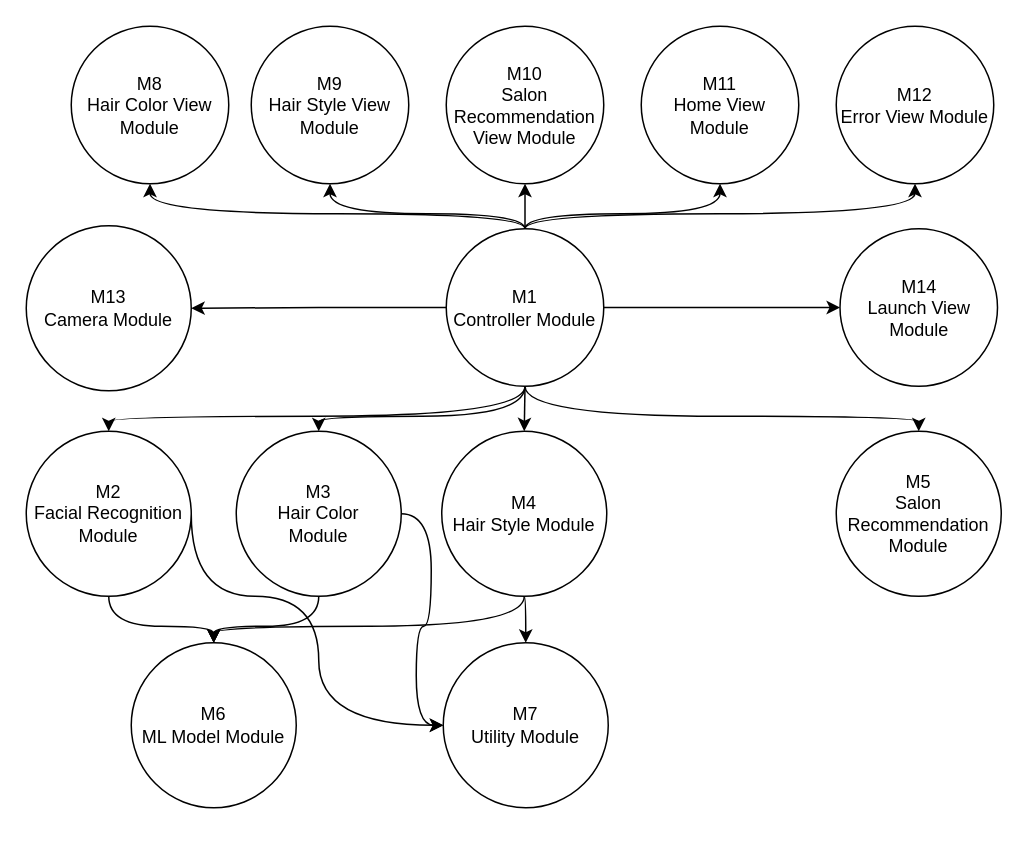
Above: docs/Design/SystDesign/component_diagram.drawio in marlon4dashen/Hairesthetics (draw.io), before the change. Source tidied: cells renumbered, new cells numbered last; positions are measured from the earlier drawing's top-left corner, leaving out a move shared by most shapes. Both pictures are drawn from the tidied source at 150%, with x=0, y=0 at pixel (26, 26).
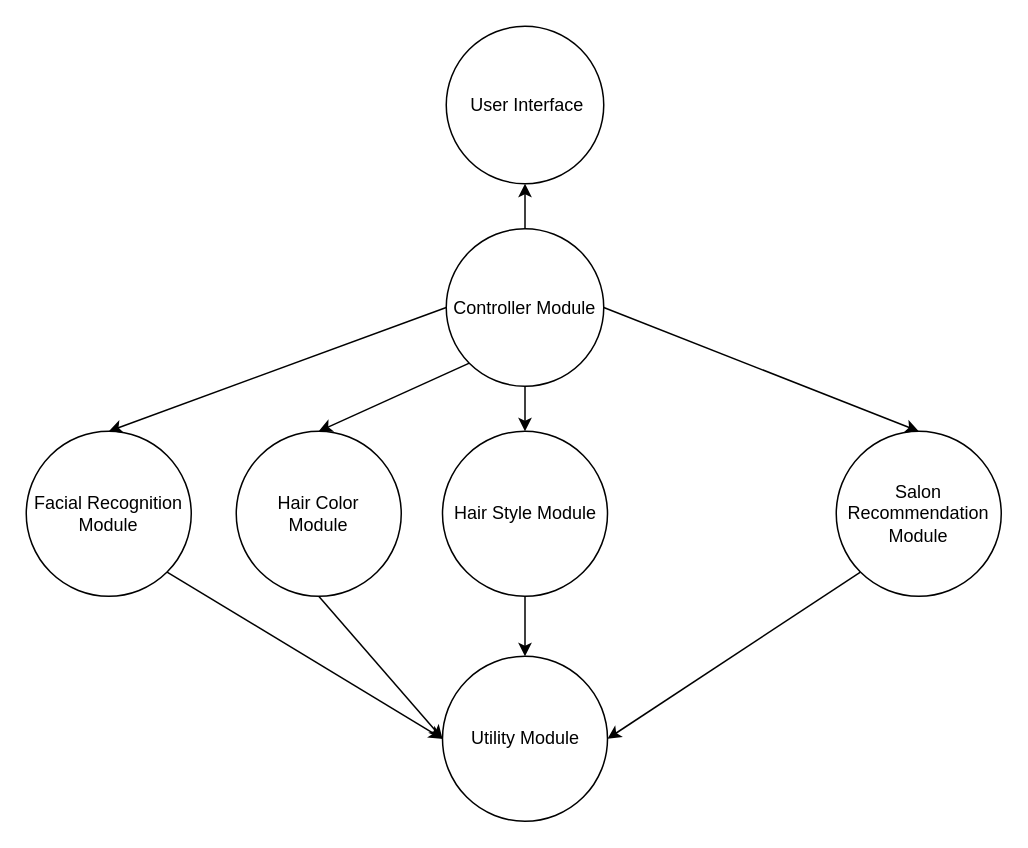
The same page after the edit.

Change to the diagram source:
```diff
@@
+    <mxCell id="33" value="&amp;nbsp;User Interface" style="ellipse;whiteSpace=wrap;html=1;" parent="1" vertex="1">
+      <mxGeometry x="280" width="105" height="105" as="geometry" />
+    </mxCell>
+    <mxCell id="34" style="edgeStyle=none;rounded=0;jettySize=auto;html=1;exitX=0;exitY=1;exitDx=0;exitDy=0;entryX=1;entryY=0.5;entryDx=0;entryDy=0;" parent="1" edge="1" source="2" target="24">
+      <mxGeometry relative="1" as="geometry" />
+    </mxCell>
-    <mxCell id="2" value="M5&lt;br&gt;Salon Recommendation Module" style="ellipse;whiteSpace=wrap;html=1;" parent="1" vertex="1">
+    <mxCell id="2" value="Salon Recommendation Module" style="ellipse;whiteSpace=wrap;html=1;" parent="1" vertex="1">
       <mxGeometry x="540" y="270" width="110" height="110" as="geometry" />
     </mxCell>
-    <mxCell id="3" style="edgeStyle=orthogonalEdgeStyle;rounded=0;jettySize=auto;html=1;exitX=0.5;exitY=1;exitDx=0;exitDy=0;entryX=0.5;entryY=0;entryDx=0;entryDy=0;curved=1;" parent="1" edge="1" source="5" target="30">
-      <mxGeometry relative="1" as="geometry" />
-    </mxCell>
-    <mxCell id="4" style="edgeStyle=orthogonalEdgeStyle;curved=1;rounded=0;jettySize=auto;html=1;exitX=1;exitY=0.5;exitDx=0;exitDy=0;entryX=0;entryY=0.5;entryDx=0;entryDy=0;" parent="1" edge="1" source="5" target="24">
-      <mxGeometry relative="1" as="geometry">
-        <Array as="points">
-          <mxPoint x="110" y="380" />
-          <mxPoint x="195" y="380" />
-          <mxPoint x="195" y="466" />
-        </Array>
-      </mxGeometry>
+    <mxCell id="4" style="edgeStyle=none;rounded=0;jettySize=auto;html=1;exitX=1;exitY=1;exitDx=0;exitDy=0;entryX=0;entryY=0.5;entryDx=0;entryDy=0;" parent="1" edge="1" source="5" target="24">
+      <mxGeometry relative="1" as="geometry" />
     </mxCell>
-    <mxCell id="5" value="M2&lt;br&gt;Facial Recognition Module" style="ellipse;whiteSpace=wrap;html=1;" parent="1" vertex="1">
+    <mxCell id="5" value="Facial Recognition Module" style="ellipse;whiteSpace=wrap;html=1;" parent="1" vertex="1">
       <mxGeometry y="270" width="110" height="110" as="geometry" />
     </mxCell>
-    <mxCell id="6" style="edgeStyle=orthogonalEdgeStyle;curved=1;rounded=0;jettySize=auto;html=1;exitX=0.5;exitY=1;exitDx=0;exitDy=0;entryX=0.5;entryY=0;entryDx=0;entryDy=0;" parent="1" edge="1" source="8" target="30">
-      <mxGeometry relative="1" as="geometry" />
-    </mxCell>
-    <mxCell id="7" style="edgeStyle=orthogonalEdgeStyle;curved=1;rounded=0;jettySize=auto;html=1;exitX=1;exitY=0.5;exitDx=0;exitDy=0;entryX=0;entryY=0.5;entryDx=0;entryDy=0;" parent="1" edge="1" source="8" target="24">
-      <mxGeometry relative="1" as="geometry">
-        <Array as="points">
-          <mxPoint x="270" y="325" />
-          <mxPoint x="270" y="400" />
-          <mxPoint x="260" y="400" />
-          <mxPoint x="260" y="466" />
-        </Array>
-      </mxGeometry>
+    <mxCell id="7" style="edgeStyle=none;rounded=0;jettySize=auto;html=1;exitX=0.5;exitY=1;exitDx=0;exitDy=0;entryX=0;entryY=0.5;entryDx=0;entryDy=0;" parent="1" edge="1" source="8" target="24">
+      <mxGeometry relative="1" as="geometry" />
     </mxCell>
-    <mxCell id="8" value="M3&lt;br&gt;Hair Color&lt;br&gt;Module" style="ellipse;whiteSpace=wrap;html=1;" parent="1" vertex="1">
+    <mxCell id="8" value="Hair Color&lt;br&gt;Module" style="ellipse;whiteSpace=wrap;html=1;" parent="1" vertex="1">
       <mxGeometry x="140" y="270" width="110" height="110" as="geometry" />
     </mxCell>
-    <mxCell id="9" style="edgeStyle=orthogonalEdgeStyle;curved=1;rounded=0;jettySize=auto;html=1;exitX=0.5;exitY=1;exitDx=0;exitDy=0;entryX=0.5;entryY=0;entryDx=0;entryDy=0;" parent="1" edge="1" source="11" target="30">
-      <mxGeometry relative="1" as="geometry">
-        <Array as="points">
-          <mxPoint x="332" y="400" />
-          <mxPoint x="125" y="400" />
-        </Array>
-      </mxGeometry>
-    </mxCell>
-    <mxCell id="10" style="edgeStyle=orthogonalEdgeStyle;curved=1;rounded=0;jettySize=auto;html=1;exitX=0.5;exitY=1;exitDx=0;exitDy=0;entryX=0.5;entryY=0;entryDx=0;entryDy=0;" parent="1" edge="1" source="11" target="24">
+    <mxCell id="10" style="edgeStyle=none;rounded=0;jettySize=auto;html=1;exitX=0.5;exitY=1;exitDx=0;exitDy=0;entryX=0.5;entryY=0;entryDx=0;entryDy=0;" parent="1" edge="1" source="11" target="24">
       <mxGeometry relative="1" as="geometry" />
     </mxCell>
-    <mxCell id="11" value="M4&lt;br&gt;Hair Style Module" style="ellipse;whiteSpace=wrap;html=1;" parent="1" vertex="1">
-      <mxGeometry x="277" y="270" width="110" height="110" as="geometry" />
+    <mxCell id="11" value="Hair Style Module" style="ellipse;whiteSpace=wrap;html=1;" parent="1" vertex="1">
+      <mxGeometry x="277.5" y="270" width="110" height="110" as="geometry" />
     </mxCell>
-    <mxCell id="12" style="edgeStyle=orthogonalEdgeStyle;rounded=0;jettySize=auto;html=1;exitX=0.5;exitY=0;exitDx=0;exitDy=0;entryX=0.5;entryY=1;entryDx=0;entryDy=0;" parent="1" edge="1" source="23">
-      <mxGeometry relative="1" as="geometry">
-        <mxPoint x="332.5" y="105" as="targetPoint" />
-      </mxGeometry>
+    <mxCell id="12" style="edgeStyle=orthogonalEdgeStyle;rounded=0;jettySize=auto;html=1;exitX=0.5;exitY=0;exitDx=0;exitDy=0;entryX=0.5;entryY=1;entryDx=0;entryDy=0;" parent="1" edge="1" source="23" target="33">
+      <mxGeometry relative="1" as="geometry" />
     </mxCell>
-    <mxCell id="13" style="rounded=0;jettySize=auto;html=1;exitX=0.5;exitY=1;exitDx=0;exitDy=0;entryX=0.5;entryY=0;entryDx=0;entryDy=0;edgeStyle=orthogonalEdgeStyle;curved=1;" parent="1" edge="1" source="23" target="5">
-      <mxGeometry relative="1" as="geometry">
-        <Array as="points">
-          <mxPoint x="333" y="260" />
-          <mxPoint x="55" y="260" />
-        </Array>
-      </mxGeometry>
+    <mxCell id="13" style="rounded=0;jettySize=auto;html=1;exitX=0;exitY=0.5;exitDx=0;exitDy=0;entryX=0.5;entryY=0;entryDx=0;entryDy=0;" parent="1" edge="1" source="23" target="5">
+      <mxGeometry relative="1" as="geometry" />
     </mxCell>
-    <mxCell id="14" style="edgeStyle=orthogonalEdgeStyle;rounded=0;jettySize=auto;html=1;exitX=0.5;exitY=1;exitDx=0;exitDy=0;entryX=0.5;entryY=0;entryDx=0;entryDy=0;curved=1;" parent="1" edge="1" source="23" target="8">
-      <mxGeometry relative="1" as="geometry">
-        <Array as="points">
-          <mxPoint x="333" y="260" />
-          <mxPoint x="195" y="260" />
-        </Array>
-      </mxGeometry>
+    <mxCell id="14" style="edgeStyle=none;rounded=0;jettySize=auto;html=1;exitX=0;exitY=1;exitDx=0;exitDy=0;entryX=0.5;entryY=0;entryDx=0;entryDy=0;" parent="1" edge="1" source="23" target="8">
+      <mxGeometry relative="1" as="geometry" />
     </mxCell>
+    <mxCell id="21" style="edgeStyle=none;rounded=0;jettySize=auto;html=1;exitX=0.5;exitY=1;exitDx=0;exitDy=0;entryX=0.5;entryY=0;entryDx=0;entryDy=0;" parent="1" edge="1" source="23" target="11">
+      <mxGeometry relative="1" as="geometry" />
+    </mxCell>
-    <mxCell id="15" style="edgeStyle=orthogonalEdgeStyle;rounded=0;jettySize=auto;html=1;exitX=0.5;exitY=1;exitDx=0;exitDy=0;entryX=0.5;entryY=0;entryDx=0;entryDy=0;curved=1;" parent="1" edge="1" source="23" target="2">
-      <mxGeometry relative="1" as="geometry">
-        <Array as="points">
-          <mxPoint x="333" y="260" />
-          <mxPoint x="595" y="260" />
-        </Array>
-      </mxGeometry>
+    <mxCell id="15" style="edgeStyle=none;rounded=0;jettySize=auto;html=1;exitX=1;exitY=0.5;exitDx=0;exitDy=0;entryX=0.5;entryY=0;entryDx=0;entryDy=0;" parent="1" edge="1" source="23" target="2">
+      <mxGeometry relative="1" as="geometry" />
     </mxCell>
-    <mxCell id="16" style="rounded=0;jettySize=auto;html=1;exitX=0.5;exitY=0;exitDx=0;exitDy=0;entryX=0.5;entryY=1;entryDx=0;entryDy=0;edgeStyle=orthogonalEdgeStyle;curved=1;" parent="1" edge="1" source="23" target="25">
-      <mxGeometry relative="1" as="geometry">
-        <Array as="points">
-          <mxPoint x="333" y="125" />
-          <mxPoint x="83" y="125" />
-        </Array>
-      </mxGeometry>
-    </mxCell>
-    <mxCell id="17" style="edgeStyle=orthogonalEdgeStyle;rounded=0;jettySize=auto;html=1;exitX=0.5;exitY=0;exitDx=0;exitDy=0;entryX=0.5;entryY=1;entryDx=0;entryDy=0;curved=1;" parent="1" edge="1" source="23" target="26">
-      <mxGeometry relative="1" as="geometry">
-        <Array as="points">
-          <mxPoint x="333" y="125" />
-          <mxPoint x="203" y="125" />
-        </Array>
-      </mxGeometry>
-    </mxCell>
-    <mxCell id="18" style="edgeStyle=orthogonalEdgeStyle;rounded=0;jettySize=auto;html=1;exitX=0.5;exitY=0;exitDx=0;exitDy=0;entryX=0.5;entryY=1;entryDx=0;entryDy=0;curved=1;" parent="1" edge="1" source="23" target="28">
-      <mxGeometry relative="1" as="geometry">
-        <Array as="points">
-          <mxPoint x="333" y="125" />
-          <mxPoint x="463" y="125" />
-        </Array>
-      </mxGeometry>
-    </mxCell>
-    <mxCell id="19" style="edgeStyle=orthogonalEdgeStyle;rounded=0;jettySize=auto;html=1;exitX=0.5;exitY=0;exitDx=0;exitDy=0;entryX=0.5;entryY=1;entryDx=0;entryDy=0;curved=1;" parent="1" edge="1" source="23" target="29">
-      <mxGeometry relative="1" as="geometry">
-        <Array as="points">
-          <mxPoint x="333" y="125" />
-          <mxPoint x="593" y="125" />
-        </Array>
-      </mxGeometry>
-    </mxCell>
-    <mxCell id="20" style="edgeStyle=orthogonalEdgeStyle;rounded=0;jettySize=auto;html=1;exitX=0;exitY=0.5;exitDx=0;exitDy=0;entryX=1;entryY=0.5;entryDx=0;entryDy=0;" parent="1" edge="1" source="23" target="31">
-      <mxGeometry relative="1" as="geometry" />
-    </mxCell>
-    <mxCell id="21" style="edgeStyle=orthogonalEdgeStyle;curved=1;rounded=0;jettySize=auto;html=1;exitX=0.5;exitY=1;exitDx=0;exitDy=0;entryX=0.5;entryY=0;entryDx=0;entryDy=0;" parent="1" edge="1" source="23" target="11">
-      <mxGeometry relative="1" as="geometry" />
-    </mxCell>
-    <mxCell id="22" style="edgeStyle=orthogonalEdgeStyle;rounded=0;jettySize=auto;html=1;exitX=1;exitY=0.5;exitDx=0;exitDy=0;entryX=0;entryY=0.5;entryDx=0;entryDy=0;" parent="1" edge="1" source="23" target="32">
-      <mxGeometry relative="1" as="geometry" />
-    </mxCell>
-    <mxCell id="23" value="M1&lt;br&gt;Controller Module" style="ellipse;whiteSpace=wrap;html=1;" parent="1" vertex="1">
+    <mxCell id="23" value="Controller Module" style="ellipse;whiteSpace=wrap;html=1;" parent="1" vertex="1">
       <mxGeometry x="280" y="135" width="105" height="105" as="geometry" />
     </mxCell>
-    <mxCell id="24" value="M7&lt;br&gt;Utility Module" style="ellipse;whiteSpace=wrap;html=1;" parent="1" vertex="1">
-      <mxGeometry x="278" y="411" width="110" height="110" as="geometry" />
+    <mxCell id="24" value="Utility Module" style="ellipse;whiteSpace=wrap;html=1;" parent="1" vertex="1">
+      <mxGeometry x="277.5" y="420" width="110" height="110" as="geometry" />
     </mxCell>
-    <mxCell id="25" value="M8&lt;br&gt;Hair Color View Module" style="ellipse;whiteSpace=wrap;html=1;" parent="1" vertex="1">
-      <mxGeometry x="30" width="105" height="105" as="geometry" />
-    </mxCell>
-    <mxCell id="26" value="M9&lt;br&gt;Hair Style View Module" style="ellipse;whiteSpace=wrap;html=1;" parent="1" vertex="1">
-      <mxGeometry x="150" width="105" height="105" as="geometry" />
-    </mxCell>
-    <mxCell id="27" value="M10&lt;br&gt;Salon Recommendation View Module" style="ellipse;whiteSpace=wrap;html=1;" parent="1" vertex="1">
-      <mxGeometry x="280" width="105" height="105" as="geometry" />
-    </mxCell>
-    <mxCell id="28" value="M11&lt;br&gt;Home View Module" style="ellipse;whiteSpace=wrap;html=1;" parent="1" vertex="1">
-      <mxGeometry x="410" width="105" height="105" as="geometry" />
-    </mxCell>
-    <mxCell id="29" value="M12&lt;br&gt;Error View Module" style="ellipse;whiteSpace=wrap;html=1;" parent="1" vertex="1">
-      <mxGeometry x="540" width="105" height="105" as="geometry" />
-    </mxCell>
-    <mxCell id="30" value="M6&lt;br&gt;ML Model Module" style="ellipse;whiteSpace=wrap;html=1;" parent="1" vertex="1">
-      <mxGeometry x="70" y="411" width="110" height="110" as="geometry" />
-    </mxCell>
-    <mxCell id="31" value="M13&lt;br&gt;Camera Module" style="ellipse;whiteSpace=wrap;html=1;" parent="1" vertex="1">
-      <mxGeometry y="133" width="110" height="110" as="geometry" />
-    </mxCell>
-    <mxCell id="32" value="M14&lt;br&gt;Launch View Module" style="ellipse;whiteSpace=wrap;html=1;" parent="1" vertex="1">
-      <mxGeometry x="542.5" y="135" width="105" height="105" as="geometry" />
-    </mxCell>
```
